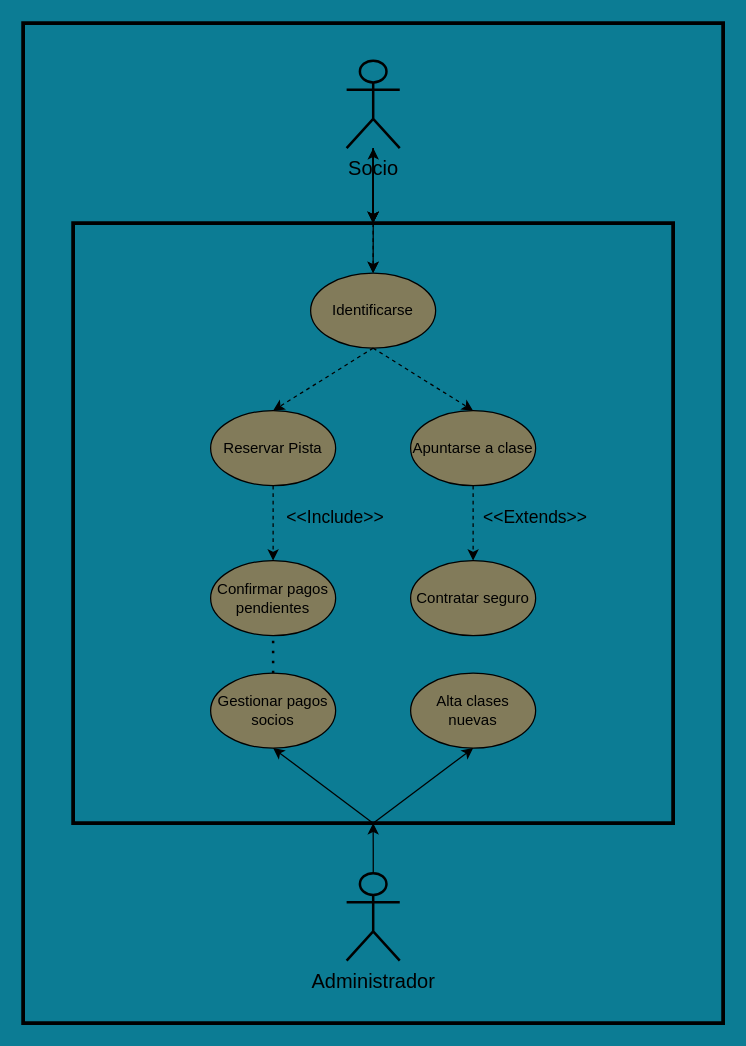
Earlier version of the draw.io diagram Actividad1/Casos de Uso.drawio (CristianPlatero/ED-Unidad07CPZ). Source tidied: cells renumbered, new cells numbered last; positions are measured from the earlier drawing's top-left corner, leaving out a move shared by most shapes. Both pictures are drawn from the tidied source at 125%, with x=0, y=0 at pixel (22, 22).
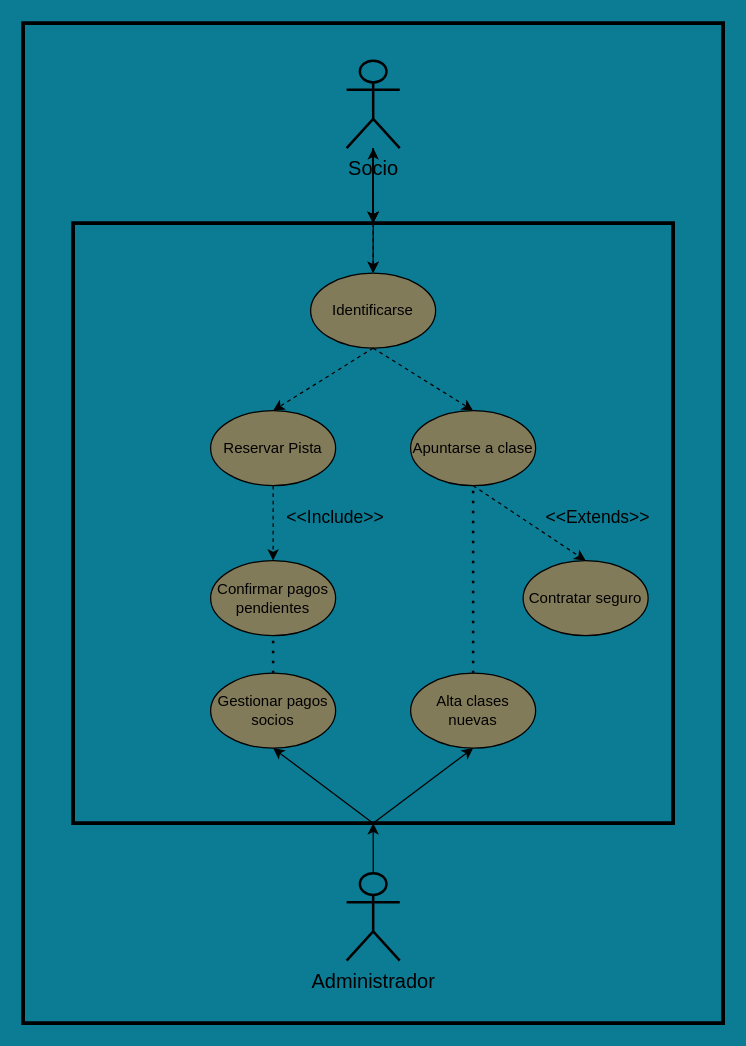
The same diagram, later.

Commit message (it also covers changes not shown here):
diagrama actualizado

The change refers to these unchanged cells:
```xml
<mxCell id="13" value="Apuntarse a clase" style="ellipse;whiteSpace=wrap;html=1;fillColor=#827B5A;" parent="1" vertex="1">
  <mxGeometry x="310" y="310" width="100" height="60" as="geometry" />
</mxCell>
<mxCell id="25" value="Alta clases nuevas" style="ellipse;whiteSpace=wrap;html=1;fillColor=#827B5A;" parent="1" vertex="1">
  <mxGeometry x="310" y="520" width="100" height="60" as="geometry" />
</mxCell>
```

What changed in the source:
```diff
@@
     <mxCell id="15" value="Contratar seguro" style="ellipse;whiteSpace=wrap;html=1;fillColor=#827B5A;" parent="1" vertex="1">
-      <mxGeometry x="310" y="430" width="100" height="60" as="geometry" />
+      <mxGeometry x="400" y="430" width="100" height="60" as="geometry" />
     </mxCell>
@@
     <mxCell id="19" value="&lt;font style=&quot;font-size: 14px;&quot;&gt;&amp;lt;&amp;lt;Extends&amp;gt;&amp;gt;&lt;/font&gt;" style="text;html=1;whiteSpace=wrap;strokeColor=none;fillColor=none;align=center;verticalAlign=middle;rounded=0;" parent="1" vertex="1">
-      <mxGeometry x="380" y="380" width="60" height="30" as="geometry" />
+      <mxGeometry x="430" y="380" width="60" height="30" as="geometry" />
     </mxCell>
@@
+    <mxCell id="30" style="endArrow=none;dashed=1;html=1;dashPattern=1 3;strokeWidth=2;rounded=0;exitX=0.5;exitY=0;exitDx=0;exitDy=0;entryX=0.5;entryY=1;entryDx=0;entryDy=0;" parent="1" edge="1" source="25" target="13">
+      <mxGeometry relative="1" as="geometry" />
+    </mxCell>
```
